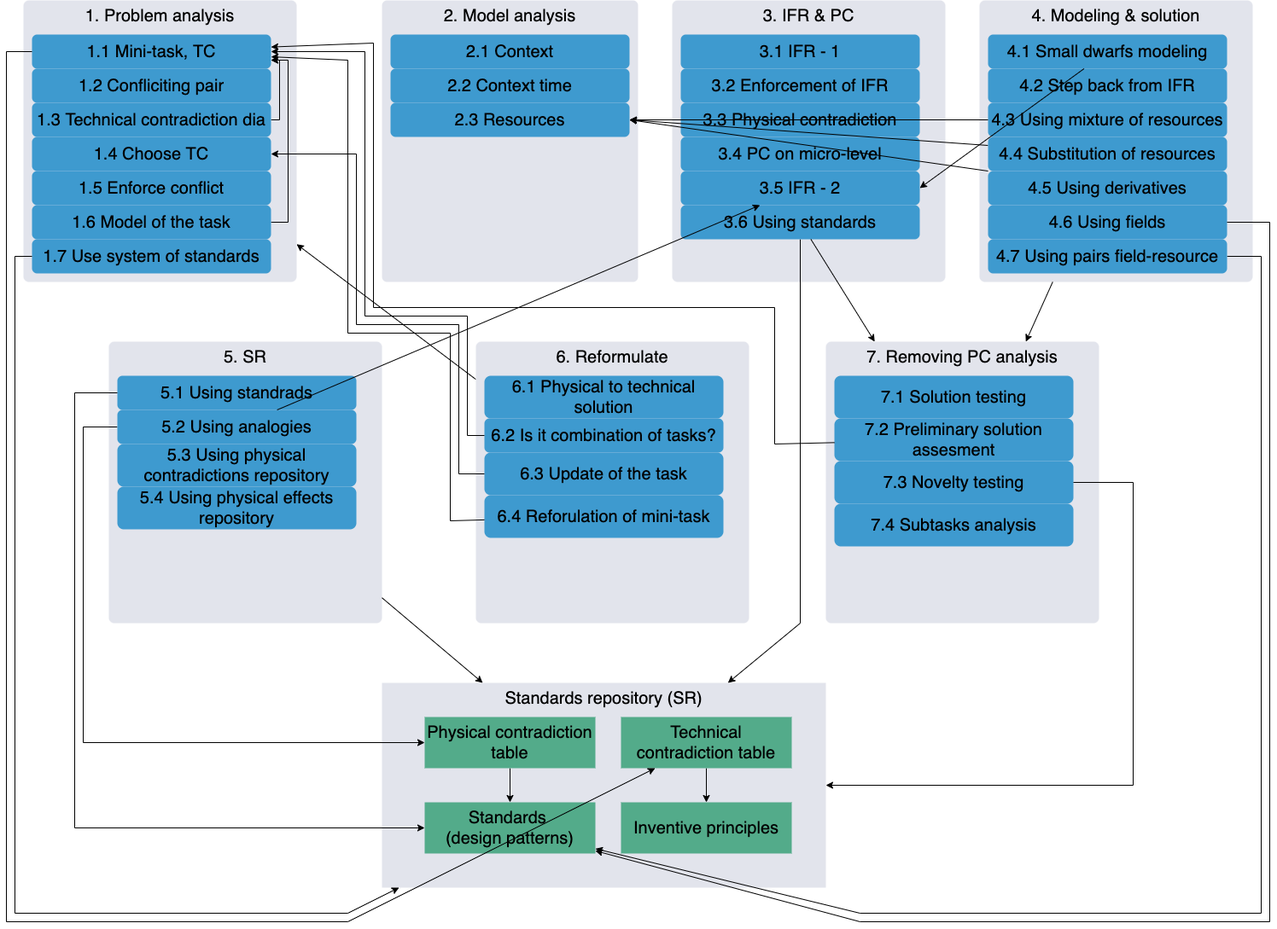
The draw.io diagram Neurotechnologies_and_TRIZ/TRIZ-ARIZ.png in max-talanov/1, before a commit. Source tidied: cells renumbered, new cells last; positions are measured from the earlier drawing's top-left corner, leaving out a move shared by most shapes.
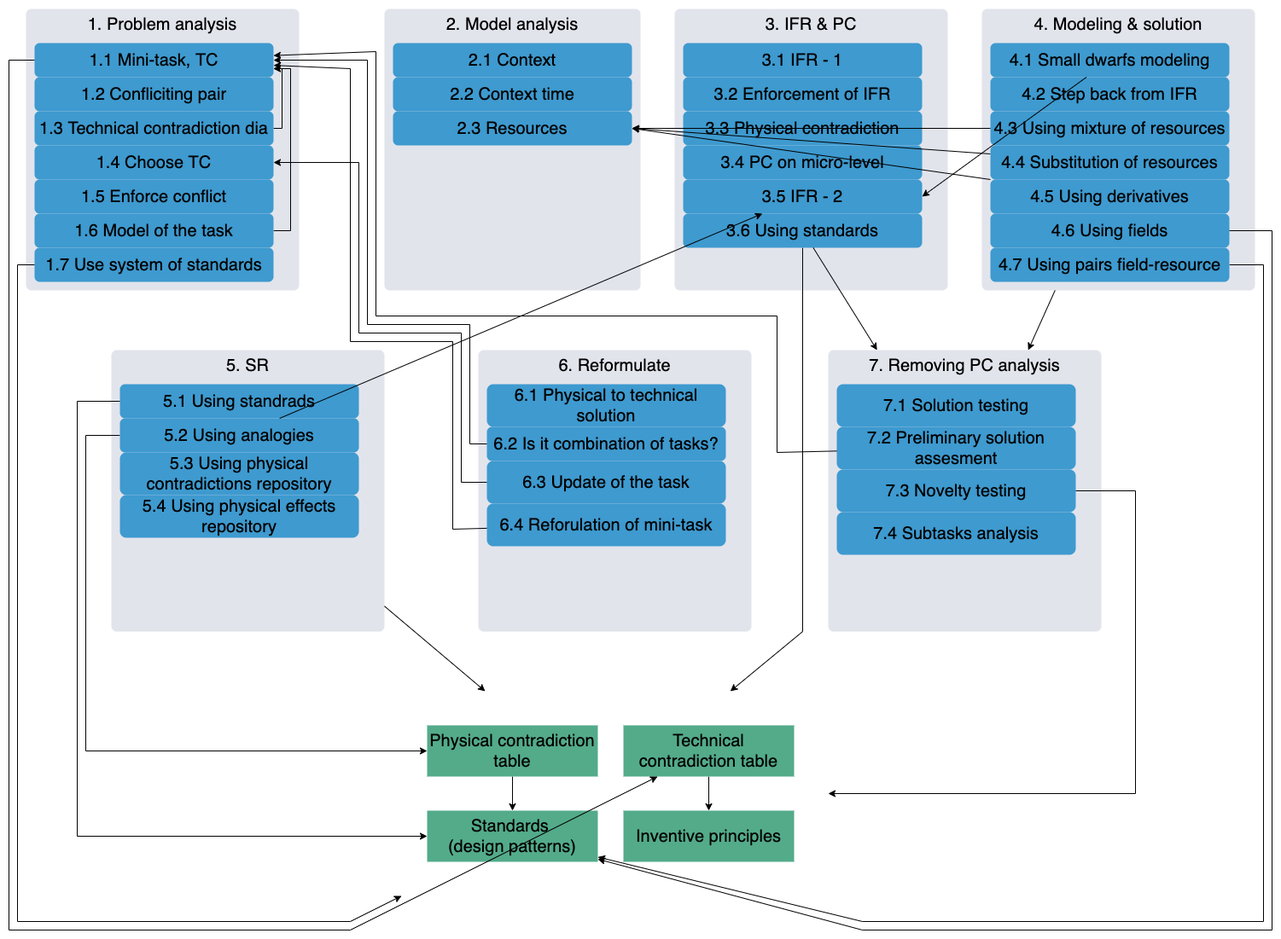
The same file after the commit.

Commit message:
ARIZ: corrected layout

Diff of the diagram source:
```diff
@@ -8,6 +8,9 @@
     <mxCell id="3" value="Standards repository (SR)" style="rounded=0;whiteSpace=wrap;html=1;fontSize=20;verticalAlign=top;fillColor=#E2E4EC;strokeColor=none;" parent="1" vertex="1">
       <mxGeometry x="440" y="800" width="520" height="240" as="geometry" />
     </mxCell>
+    <mxCell id="75" style="rounded=1;whiteSpace=wrap;html=1;arcSize=2;strokeColor=none;" parent="1" vertex="1">
+      <mxGeometry x="-10" y="-10" width="1500" height="1100" as="geometry" />
+    </mxCell>
     <mxCell id="4" value="1" parent="0" />
     <mxCell id="5" style="edgeStyle=orthogonalEdgeStyle;rounded=0;jettySize=auto;html=1;fontSize=20;fillColor=#fff2cc;strokeColor=#000000;" parent="4" edge="1" source="12" target="13">
       <mxGeometry relative="1" as="geometry" />
```
